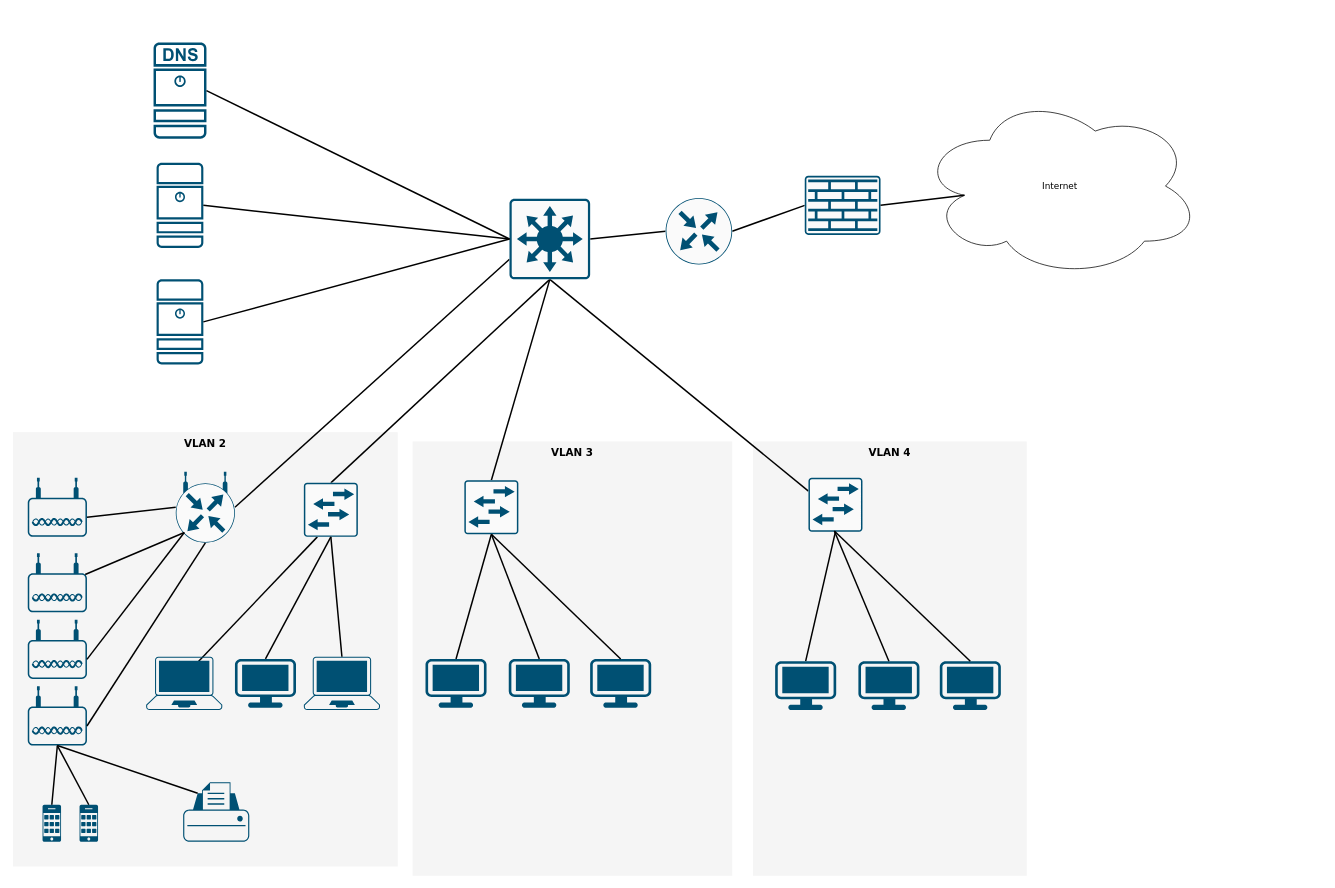
The draw.io diagram 未命名绘图.drawio in hayden-pzhou/drawioChart, before the edit. Source tidied: cells renumbered, new cells numbered last; positions are measured from the earlier drawing's top-left corner, leaving out a move shared by most shapes. Both pictures are drawn from the tidied source at 74%, with x=0, y=0 at pixel (13, 42).
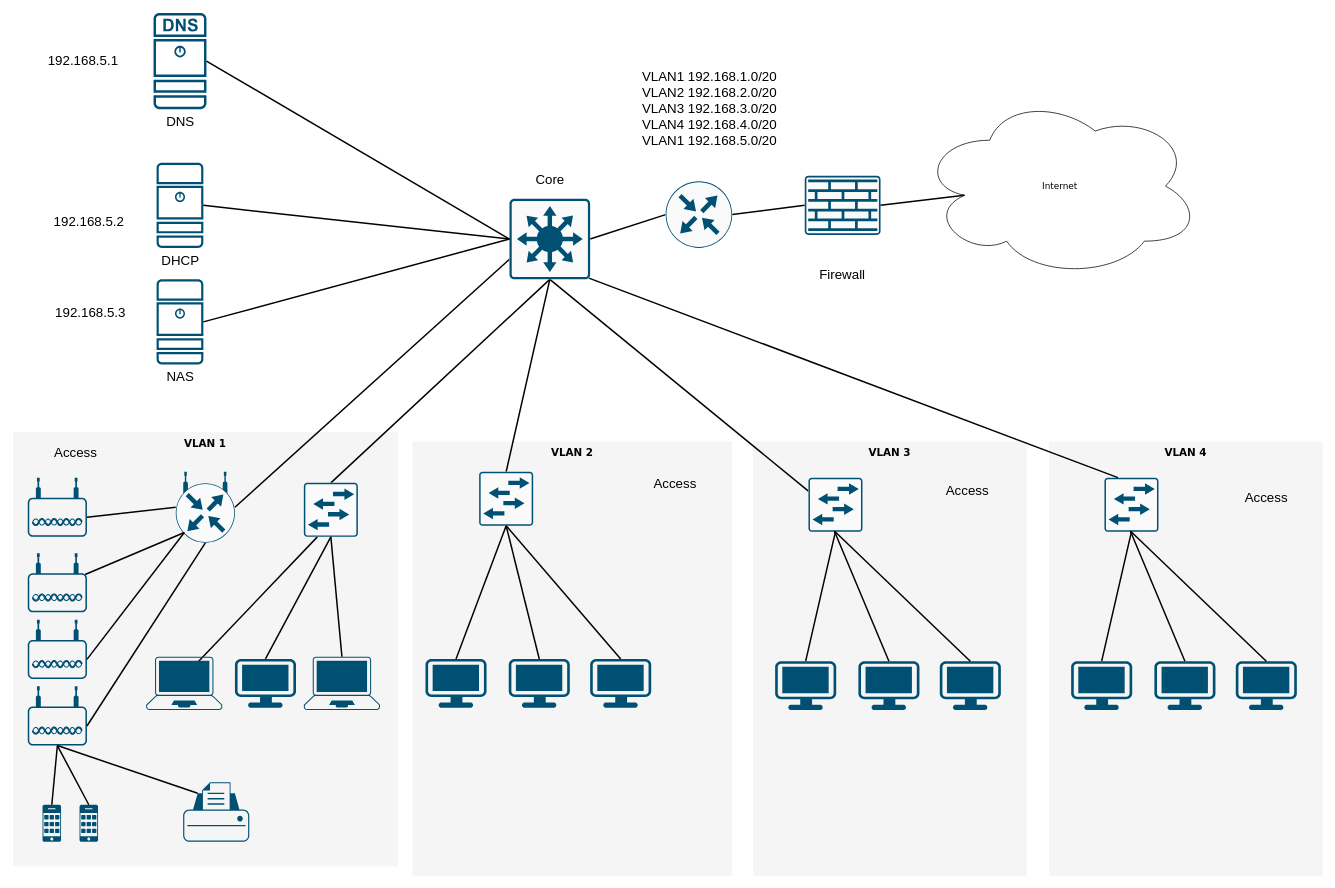
The same diagram, later.

Commit message (it also covers changes not shown here):
更新未命名绘图.drawio

The change refers to these unchanged cells:
```xml
<mxCell id="18" style="sketch=0;points=[[0.015,0.015,0],[0.985,0.015,0],[0.985,0.985,0],[0.015,0.985,0],[0.25,0,0],[0.5,0,0],[0.75,0,0],[1,0.25,0],[1,0.5,0],[1,0.75,0],[0.75,1,0],[0.5,1,0],[0.25,1,0],[0,0.75,0],[0,0.5,0],[0,0.25,0]];verticalLabelPosition=bottom;html=1;verticalAlign=top;align=center;shape=mxgraph.cisco19.rect;prIcon=l3_switch;fillColor=#FAFAFA;strokeColor=#005073;direction=south;" parent="1" vertex="1">
  <mxGeometry x="671" y="211" width="109" height="109" as="geometry" />
</mxCell>
```

Diff of the diagram source:
```diff
@@
-    <mxCell id="2" value="VLAN 4" style="whiteSpace=wrap;html=1;rounded=0;shadow=0;comic=0;strokeWidth=1;fontFamily=Verdana;fontSize=14;fillColor=#f5f5f5;strokeColor=none;fontStyle=1;verticalAlign=top;" parent="1" vertex="1">
+    <mxCell id="2" value="VLAN 3" style="whiteSpace=wrap;html=1;rounded=0;shadow=0;comic=0;strokeWidth=1;fontFamily=Verdana;fontSize=14;fillColor=#f5f5f5;strokeColor=none;fontStyle=1;verticalAlign=top;" parent="1" vertex="1">
       <mxGeometry x="1000" y="539" width="370" height="587" as="geometry" />
     </mxCell>
-    <mxCell id="3" value="VLAN 3" style="whiteSpace=wrap;html=1;rounded=0;shadow=0;comic=0;strokeWidth=1;fontFamily=Verdana;fontSize=14;fillColor=#f5f5f5;strokeColor=none;fontStyle=1;verticalAlign=top;" parent="1" vertex="1">
+    <mxCell id="3" value="VLAN 2" style="whiteSpace=wrap;html=1;rounded=0;shadow=0;comic=0;strokeWidth=1;fontFamily=Verdana;fontSize=14;fillColor=#f5f5f5;strokeColor=none;fontStyle=1;verticalAlign=top;" parent="1" vertex="1">
       <mxGeometry x="540" y="539" width="432" height="587" as="geometry" />
     </mxCell>
-    <mxCell id="4" value="VLAN 2" style="whiteSpace=wrap;html=1;rounded=0;shadow=0;comic=0;strokeWidth=1;fontFamily=Verdana;fontSize=14;fillColor=#f5f5f5;strokeColor=none;fontStyle=1;verticalAlign=top;" parent="1" vertex="1">
+    <mxCell id="4" value="VLAN 1" style="whiteSpace=wrap;html=1;rounded=0;shadow=0;comic=0;strokeWidth=1;fontFamily=Verdana;fontSize=14;fillColor=#f5f5f5;strokeColor=none;fontStyle=1;verticalAlign=top;" parent="1" vertex="1">
       <mxGeometry y="526.5" width="520" height="587" as="geometry" />
     </mxCell>
@@
     <mxCell id="13" style="sketch=0;points=[[0.5,0,0],[1,0.5,0],[0.5,1,0],[0,0.5,0],[0.145,0.145,0],[0.8555,0.145,0],[0.855,0.8555,0],[0.145,0.855,0]];verticalLabelPosition=bottom;html=1;verticalAlign=top;align=center;shape=mxgraph.cisco19.rect;prIcon=router;fillColor=#FAFAFA;strokeColor=#005073;" parent="1" vertex="1">
-      <mxGeometry x="882" y="210" width="90" height="90" as="geometry" />
+      <mxGeometry x="882" y="187.5" width="90" height="90" as="geometry" />
     </mxCell>
@@
     <mxCell id="20" style="sketch=0;points=[[0.015,0.015,0],[0.985,0.015,0],[0.985,0.985,0],[0.015,0.985,0],[0.25,0,0],[0.5,0,0],[0.75,0,0],[1,0.25,0],[1,0.5,0],[1,0.75,0],[0.75,1,0],[0.5,1,0],[0.25,1,0],[0,0.75,0],[0,0.5,0],[0,0.25,0]];verticalLabelPosition=bottom;html=1;verticalAlign=top;align=center;shape=mxgraph.cisco19.rect;prIcon=l2_switch;fillColor=#FAFAFA;strokeColor=#005073;" parent="1" vertex="1">
-      <mxGeometry x="610" y="591.5" width="73" height="73" as="geometry" />
+      <mxGeometry x="630" y="580" width="73" height="73" as="geometry" />
     </mxCell>
@@
-    <mxCell id="52" style="sketch=0;points=[[0.015,0.015,0],[0.985,0.015,0],[0.985,0.985,0],[0.015,0.985,0],[0.25,0,0],[0.5,0,0],[0.75,0,0],[1,0.25,0],[1,0.5,0],[1,0.75,0],[0.75,1,0],[0.5,1,0],[0.25,1,0],[0,0.75,0],[0,0.5,0],[0,0.25,0]];verticalLabelPosition=bottom;html=1;verticalAlign=top;align=center;shape=mxgraph.cisco19.dns_server;fillColor=#005073;strokeColor=none;" parent="1" vertex="1">
-      <mxGeometry x="190" width="71.5" height="130" as="geometry" />
+    <mxCell id="52" value="&lt;font style=&quot;font-size: 18px;&quot;&gt;DNS&lt;/font&gt;" style="sketch=0;points=[[0.015,0.015,0],[0.985,0.015,0],[0.985,0.985,0],[0.015,0.985,0],[0.25,0,0],[0.5,0,0],[0.75,0,0],[1,0.25,0],[1,0.5,0],[1,0.75,0],[0.75,1,0],[0.5,1,0],[0.25,1,0],[0,0.75,0],[0,0.5,0],[0,0.25,0]];verticalLabelPosition=bottom;html=1;verticalAlign=top;align=center;shape=mxgraph.cisco19.dns_server;fillColor=#005073;strokeColor=none;" parent="1" vertex="1">
+      <mxGeometry x="190" y="-40" width="71.5" height="130" as="geometry" />
     </mxCell>
@@
-    <mxCell id="54" style="sketch=0;points=[[0.015,0.015,0],[0.985,0.015,0],[0.985,0.985,0],[0.015,0.985,0],[0.25,0,0],[0.5,0,0],[0.75,0,0],[1,0.25,0],[1,0.5,0],[1,0.75,0],[0.75,1,0],[0.5,1,0],[0.25,1,0],[0,0.75,0],[0,0.5,0],[0,0.25,0]];verticalLabelPosition=bottom;html=1;verticalAlign=top;align=center;shape=mxgraph.cisco19.server;fillColor=#005073;strokeColor=none;" parent="1" vertex="1">
+    <mxCell id="54" value="&lt;font style=&quot;font-size: 18px;&quot;&gt;DHCP&lt;/font&gt;" style="sketch=0;points=[[0.015,0.015,0],[0.985,0.015,0],[0.985,0.985,0],[0.015,0.985,0],[0.25,0,0],[0.5,0,0],[0.75,0,0],[1,0.25,0],[1,0.5,0],[1,0.75,0],[0.75,1,0],[0.5,1,0],[0.25,1,0],[0,0.75,0],[0,0.5,0],[0,0.25,0]];verticalLabelPosition=bottom;html=1;verticalAlign=top;align=center;shape=mxgraph.cisco19.server;fillColor=#005073;strokeColor=none;" parent="1" vertex="1">
       <mxGeometry x="194.1" y="162.5" width="63.2" height="115" as="geometry" />
     </mxCell>
@@
-    <mxCell id="56" style="sketch=0;points=[[0.015,0.015,0],[0.985,0.015,0],[0.985,0.985,0],[0.015,0.985,0],[0.25,0,0],[0.5,0,0],[0.75,0,0],[1,0.25,0],[1,0.5,0],[1,0.75,0],[0.75,1,0],[0.5,1,0],[0.25,1,0],[0,0.75,0],[0,0.5,0],[0,0.25,0]];verticalLabelPosition=bottom;html=1;verticalAlign=top;align=center;shape=mxgraph.cisco19.server;fillColor=#005073;strokeColor=none;" parent="1" vertex="1">
+    <mxCell id="56" value="&lt;font style=&quot;font-size: 18px;&quot;&gt;NAS&lt;/font&gt;" style="sketch=0;points=[[0.015,0.015,0],[0.985,0.015,0],[0.985,0.985,0],[0.015,0.985,0],[0.25,0,0],[0.5,0,0],[0.75,0,0],[1,0.25,0],[1,0.5,0],[1,0.75,0],[0.75,1,0],[0.5,1,0],[0.25,1,0],[0,0.75,0],[0,0.5,0],[0,0.25,0]];verticalLabelPosition=bottom;html=1;verticalAlign=top;align=center;shape=mxgraph.cisco19.server;fillColor=#005073;strokeColor=none;" parent="1" vertex="1">
       <mxGeometry x="194.1" y="320" width="63.2" height="115" as="geometry" />
     </mxCell>
@@
+    <mxCell id="58" value="VLAN 4" style="whiteSpace=wrap;html=1;rounded=0;shadow=0;comic=0;strokeWidth=1;fontFamily=Verdana;fontSize=14;fillColor=#f5f5f5;strokeColor=none;fontStyle=1;verticalAlign=top;" parent="1" vertex="1">
+      <mxGeometry x="1400" y="539" width="370" height="587" as="geometry" />
+    </mxCell>
+    <mxCell id="59" style="sketch=0;points=[[0.015,0.015,0],[0.985,0.015,0],[0.985,0.985,0],[0.015,0.985,0],[0.25,0,0],[0.5,0,0],[0.75,0,0],[1,0.25,0],[1,0.5,0],[1,0.75,0],[0.75,1,0],[0.5,1,0],[0.25,1,0],[0,0.75,0],[0,0.5,0],[0,0.25,0]];verticalLabelPosition=bottom;html=1;verticalAlign=top;align=center;shape=mxgraph.cisco19.rect;prIcon=l2_switch;fillColor=#FAFAFA;strokeColor=#005073;" parent="1" vertex="1">
+      <mxGeometry x="1475" y="588" width="73" height="73" as="geometry" />
+    </mxCell>
+    <mxCell id="60" style="edgeStyle=none;html=1;labelBackgroundColor=none;startFill=0;endArrow=none;endFill=0;strokeWidth=2;fontFamily=Verdana;fontSize=12;exitX=0.5;exitY=1;exitDx=0;exitDy=0;exitPerimeter=0;entryX=0.5;entryY=0;entryDx=0;entryDy=0;entryPerimeter=0;" parent="1" edge="1" source="59" target="61">
+      <mxGeometry relative="1" as="geometry" />
+    </mxCell>
+    <mxCell id="61" style="points=[[0.03,0.03,0],[0.5,0,0],[0.97,0.03,0],[1,0.4,0],[0.97,0.745,0],[0.5,1,0],[0.03,0.745,0],[0,0.4,0]];verticalLabelPosition=bottom;sketch=0;html=1;verticalAlign=top;align=center;shape=mxgraph.cisco19.workstation;fillColor=#005073;strokeColor=none;" parent="1" vertex="1">
+      <mxGeometry x="1430" y="836" width="82.5" height="66" as="geometry" />
+    </mxCell>
+    <mxCell id="62" style="points=[[0.03,0.03,0],[0.5,0,0],[0.97,0.03,0],[1,0.4,0],[0.97,0.745,0],[0.5,1,0],[0.03,0.745,0],[0,0.4,0]];verticalLabelPosition=bottom;sketch=0;html=1;verticalAlign=top;align=center;shape=mxgraph.cisco19.workstation;fillColor=#005073;strokeColor=none;" parent="1" vertex="1">
+      <mxGeometry x="1542.5" y="836" width="82.5" height="66" as="geometry" />
+    </mxCell>
+    <mxCell id="63" style="points=[[0.03,0.03,0],[0.5,0,0],[0.97,0.03,0],[1,0.4,0],[0.97,0.745,0],[0.5,1,0],[0.03,0.745,0],[0,0.4,0]];verticalLabelPosition=bottom;sketch=0;html=1;verticalAlign=top;align=center;shape=mxgraph.cisco19.workstation;fillColor=#005073;strokeColor=none;" parent="1" vertex="1">
+      <mxGeometry x="1652.5" y="836" width="82.5" height="66" as="geometry" />
+    </mxCell>
+    <mxCell id="64" style="edgeStyle=none;html=1;labelBackgroundColor=none;startFill=0;endArrow=none;endFill=0;strokeWidth=2;fontFamily=Verdana;fontSize=12;entryX=0.5;entryY=0;entryDx=0;entryDy=0;entryPerimeter=0;" parent="1" edge="1" target="62">
+      <mxGeometry relative="1" as="geometry">
+        <mxPoint x="1510" y="660" as="sourcePoint" />
+      </mxGeometry>
+    </mxCell>
+    <mxCell id="65" style="edgeStyle=none;html=1;labelBackgroundColor=none;startFill=0;endArrow=none;endFill=0;strokeWidth=2;fontFamily=Verdana;fontSize=12;entryX=0.5;entryY=0;entryDx=0;entryDy=0;entryPerimeter=0;" parent="1" edge="1" target="63">
+      <mxGeometry relative="1" as="geometry">
+        <mxPoint x="1510" y="660" as="sourcePoint" />
+      </mxGeometry>
+    </mxCell>
+    <mxCell id="66" style="edgeStyle=none;html=1;labelBackgroundColor=none;startFill=0;endArrow=none;endFill=0;strokeWidth=2;fontFamily=Verdana;fontSize=12;exitX=0.985;exitY=0.015;exitDx=0;exitDy=0;exitPerimeter=0;entryX=0.25;entryY=0;entryDx=0;entryDy=0;entryPerimeter=0;" parent="1" edge="1" source="18" target="59">
+      <mxGeometry relative="1" as="geometry" />
+    </mxCell>
+    <mxCell id="67" value="&lt;font style=&quot;font-size: 18px;&quot;&gt;VLAN1 192.168.1.0/20&lt;br&gt;VLAN2 192.168.2.0/20&lt;br&gt;VLAN3 192.168.3.0/20&lt;br&gt;VLAN4 192.168.4.0/20&lt;br&gt;VLAN1 192.168.5.0/20&lt;/font&gt;" style="text;strokeColor=none;align=center;fillColor=none;html=1;verticalAlign=middle;whiteSpace=wrap;rounded=0;" parent="1" vertex="1">
+      <mxGeometry x="780" y="30" width="323" height="120" as="geometry" />
+    </mxCell>
+    <mxCell id="68" value="&lt;font style=&quot;font-size: 18px;&quot;&gt;192.168.5.1&lt;/font&gt;" style="text;strokeColor=none;align=center;fillColor=none;html=1;verticalAlign=middle;whiteSpace=wrap;rounded=0;" parent="1" vertex="1">
+      <mxGeometry x="30" y="-10" width="130" height="70" as="geometry" />
+    </mxCell>
+    <mxCell id="69" value="&lt;font style=&quot;font-size: 18px;&quot;&gt;192.168.5.2&lt;/font&gt;" style="text;strokeColor=none;align=center;fillColor=none;html=1;verticalAlign=middle;whiteSpace=wrap;rounded=0;" parent="1" vertex="1">
+      <mxGeometry x="37.5" y="207.5" width="130" height="70" as="geometry" />
+    </mxCell>
+    <mxCell id="70" value="&lt;font style=&quot;font-size: 18px;&quot;&gt;192.168.5.3&lt;/font&gt;" style="text;strokeColor=none;align=center;fillColor=none;html=1;verticalAlign=middle;whiteSpace=wrap;rounded=0;" parent="1" vertex="1">
+      <mxGeometry x="40" y="330" width="130" height="70" as="geometry" />
+    </mxCell>
+    <mxCell id="71" value="&lt;span style=&quot;font-size: 18px;&quot;&gt;Core&lt;/span&gt;" style="text;strokeColor=none;align=center;fillColor=none;html=1;verticalAlign=middle;whiteSpace=wrap;rounded=0;" parent="1" vertex="1">
+      <mxGeometry x="660.5" y="150" width="130" height="70" as="geometry" />
+    </mxCell>
+    <mxCell id="72" value="&lt;span style=&quot;font-size: 18px;&quot;&gt;Access&lt;/span&gt;" style="text;strokeColor=none;align=center;fillColor=none;html=1;verticalAlign=middle;whiteSpace=wrap;rounded=0;" parent="1" vertex="1">
+      <mxGeometry x="20" y="518" width="130" height="72" as="geometry" />
+    </mxCell>
+    <mxCell id="73" value="&lt;span style=&quot;font-size: 18px;&quot;&gt;Access&lt;/span&gt;" style="text;strokeColor=none;align=center;fillColor=none;html=1;verticalAlign=middle;whiteSpace=wrap;rounded=0;" parent="1" vertex="1">
+      <mxGeometry x="830" y="560" width="130" height="72" as="geometry" />
+    </mxCell>
+    <mxCell id="74" value="&lt;span style=&quot;font-size: 18px;&quot;&gt;Access&lt;/span&gt;" style="text;strokeColor=none;align=center;fillColor=none;html=1;verticalAlign=middle;whiteSpace=wrap;rounded=0;" parent="1" vertex="1">
+      <mxGeometry x="1225" y="570" width="130" height="72" as="geometry" />
+    </mxCell>
+    <mxCell id="75" value="&lt;span style=&quot;font-size: 18px;&quot;&gt;Access&lt;/span&gt;" style="text;strokeColor=none;align=center;fillColor=none;html=1;verticalAlign=middle;whiteSpace=wrap;rounded=0;" parent="1" vertex="1">
+      <mxGeometry x="1628.8" y="580" width="130" height="72" as="geometry" />
+    </mxCell>
+    <mxCell id="76" value="&lt;span style=&quot;font-size: 18px;&quot;&gt;Firewall&lt;/span&gt;" style="text;strokeColor=none;align=center;fillColor=none;html=1;verticalAlign=middle;whiteSpace=wrap;rounded=0;" parent="1" vertex="1">
+      <mxGeometry x="1056.2" y="277.5" width="130" height="72" as="geometry" />
+    </mxCell>
```
